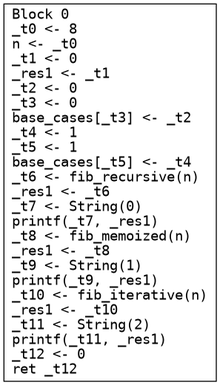
Earlier version of the Graphviz export main.png (seanchuck/compiler-s25). Its source is kept beside it as main.dot.
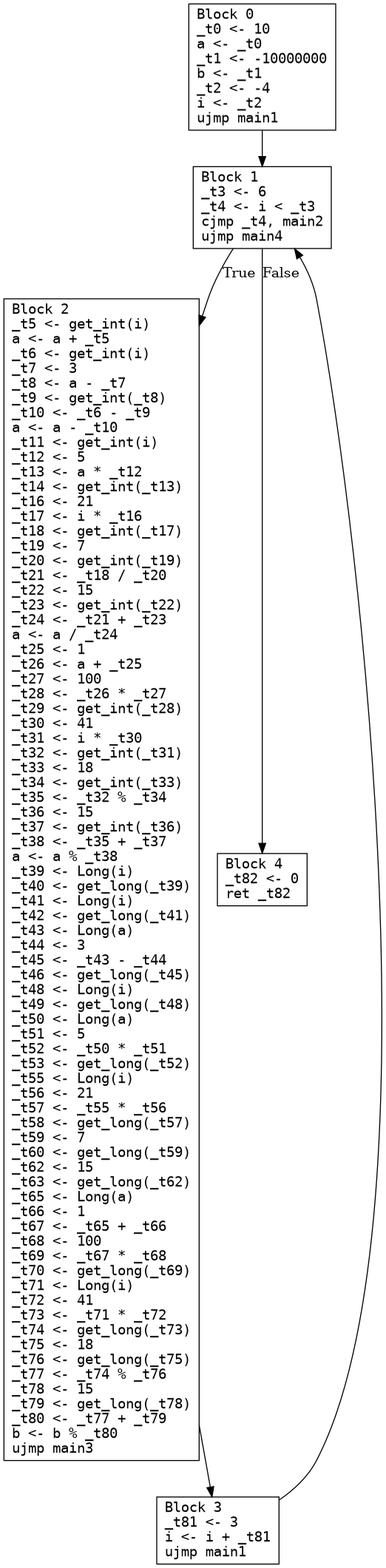
The same diagram one commit later.

Diff of the diagram source:
```diff
@@ -1,4 +1,13 @@
 digraph CFG {
   node [shape=box fontname="monospace"];
-  0 [label="Block 0\l_t0 <- 8\ln <- _t0\l_t1 <- 0\l_res1 <- _t1\l_t2 <- 0\l_t3 <- 0\lbase_cases[_t3] <- _t2\l_t4 <- 1\l_t5 <- 1\lbase_cases[_t5] <- _t4\l_t6 <- fib_recursive(n)\l_res1 <- _t6\l_t7 <- String(0)\lprintf(_t7, _res1)\l_t8 <- fib_memoized(n)\l_res1 <- _t8\l_t9 <- String(1)\lprintf(_t9, _res1)\l_t10 <- fib_iterative(n)\l_res1 <- _t10\l_t11 <- String(2)\lprintf(_t11, _res1)\l_t12 <- 0\lret _t12\l"];
+  0 [label="Block 0\l_t0 <- 10\la <- _t0\l_t1 <- -10000000\lb <- _t1\l_t2 <- -4\li <- _t2\lujmp main1\l"];
+  1 [label="Block 1\l_t3 <- 6\l_t4 <- i < _t3\lcjmp _t4, main2\lujmp main4\l"];
+  2 [label="Block 2\l_t5 <- get_int(i)\la <- a + _t5\l_t6 <- get_int(i)\l_t7 <- 3\l_t8 <- a - _t7\l_t9 <- get_int(_t8)\l_t10 <- _t6 - _t9\la <- a - _t10\l_t11 <- get_int(i)\l_t12 <- 5\l_t13 <- a * _t12\l_t14 <- get_int(_t13)\l_t16 <- 21\l_t17 <- i * _t16\l_t18 <- get_int(_t17)\l_t19 <- 7\l_t20 <- get_int(_t19)\l_t21 <- _t18 / _t20\l_t22 <- 15\l_t23 <- get_int(_t22)\l_t24 <- _t21 + _t23\la <- a / _t24\l_t25 <- 1\l_t26 <- a + _t25\l_t27 <- 100\l_t28 <- _t26 * _t27\l_t29 <- get_int(_t28)\l_t30 <- 41\l_t31 <- i * _t30\l_t32 <- get_int(_t31)\l_t33 <- 18\l_t34 <- get_int(_t33)\l_t35 <- _t32 % _t34\l_t36 <- 15\l_t37 <- get_int(_t36)\l_t38 <- _t35 + _t37\la <- a % _t38\l_t39 <- Long(i)\l_t40 <- get_long(_t39)\l_t41 <- Long(i)\l_t42 <- get_long(_t41)\l_t43 <- Long(a)\l_t44 <- 3\l_t45 <- _t43 - _t44\l_t46 <- get_long(_t45)\l_t48 <- Long(i)\l_t49 <- get_long(_t48)\l_t50 <- Long(a)\l_t51 <- 5\l_t52 <- _t50 * _t51\l_t53 <- get_long(_t52)\l_t55 <- Long(i)\l_t56 <- 21\l_t57 <- _t55 * _t56\l_t58 <- get_long(_t57)\l_t59 <- 7\l_t60 <- get_long(_t59)\l_t62 <- 15\l_t63 <- get_long(_t62)\l_t65 <- Long(a)\l_t66 <- 1\l_t67 <- _t65 + _t66\l_t68 <- 100\l_t69 <- _t67 * _t68\l_t70 <- get_long(_t69)\l_t71 <- Long(i)\l_t72 <- 41\l_t73 <- _t71 * _t72\l_t74 <- get_long(_t73)\l_t75 <- 18\l_t76 <- get_long(_t75)\l_t77 <- _t74 % _t76\l_t78 <- 15\l_t79 <- get_long(_t78)\l_t80 <- _t77 + _t79\lb <- b % _t80\lujmp main3\l"];
+  3 [label="Block 3\l_t81 <- 3\li <- i + _t81\lujmp main1\l"];
+  4 [label="Block 4\l_t82 <- 0\lret _t82\l"];
+  0 -> 1 [label=""];
+  1 -> 2 [label="True"];
+  1 -> 4 [label="False"];
+  2 -> 3 [label=""];
+  3 -> 1 [label=""];
 }
```
